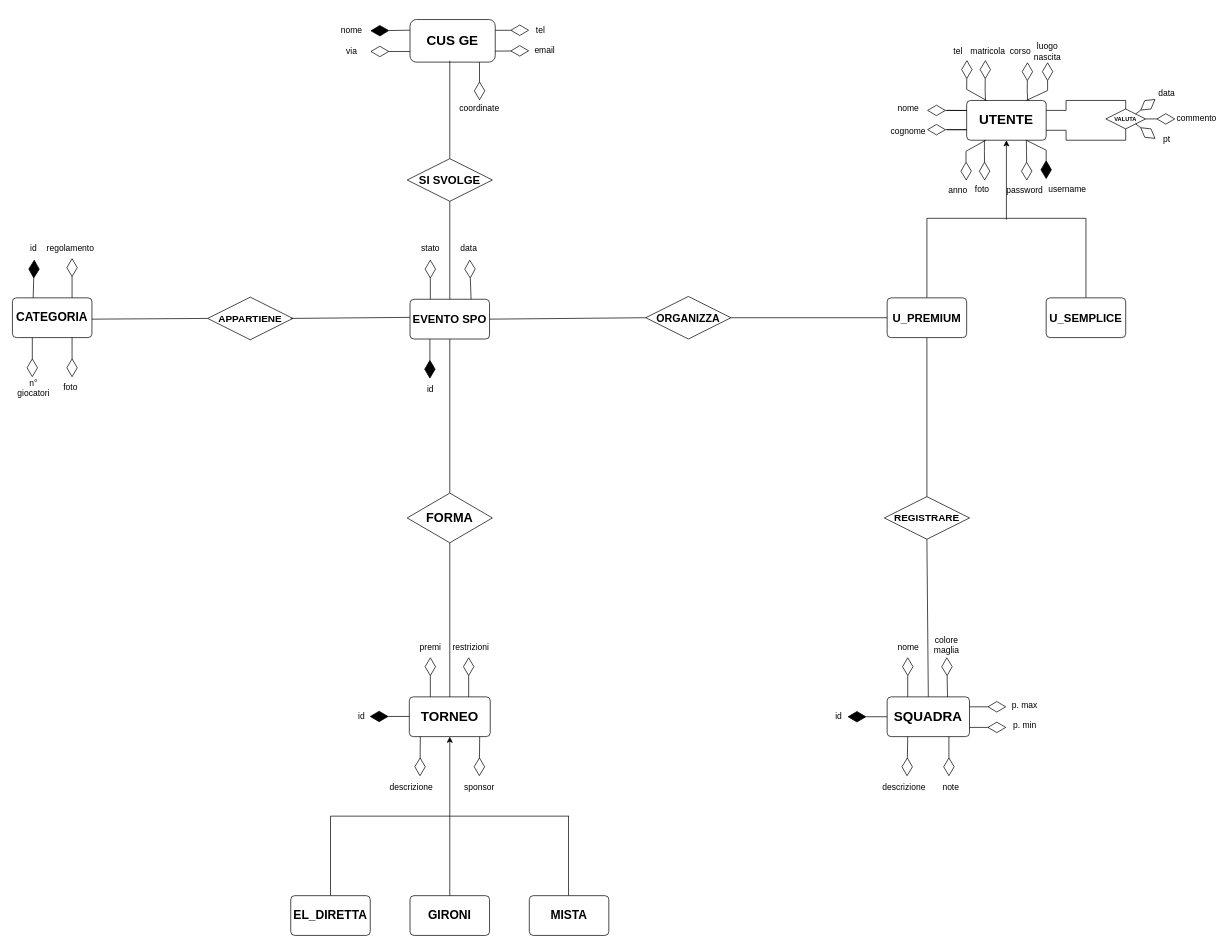
Earlier version of the draw.io diagram Project-EER.drawio (KintsuKayaba/UniGeSocialSport). Source tidied: cells renumbered, new cells numbered last; positions are measured from the earlier drawing's top-left corner, leaving out a move shared by most shapes. Both pictures are drawn from the tidied source at 71%, with x=0, y=0 at pixel (12, 19).
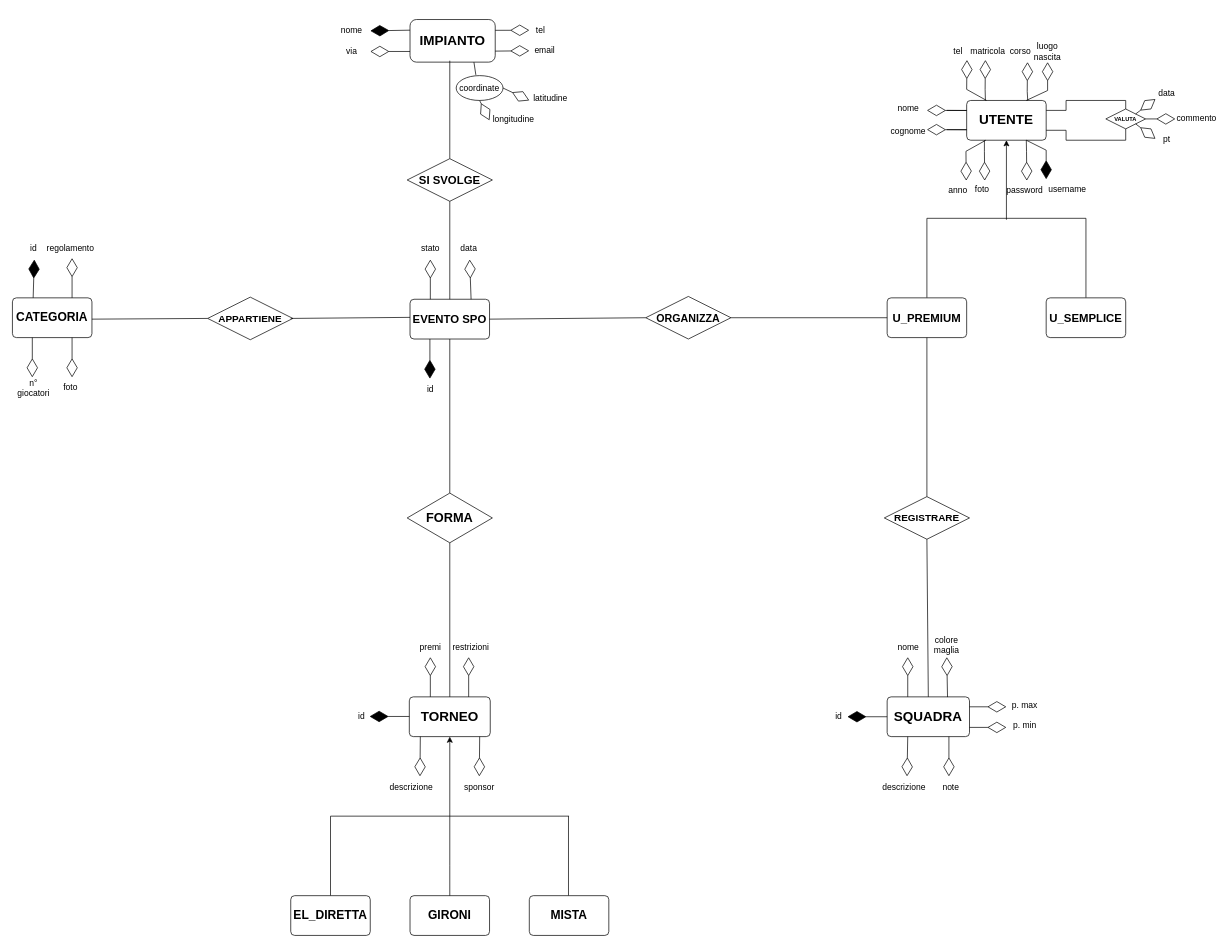
After the change.

Commit message:
Impianto + coordinate

Change to the diagram source:
```diff
@@
-    <mxCell id="36" value="&lt;b&gt;&lt;font style=&quot;font-size: 19px;&quot;&gt;CUS GE&lt;/font&gt;&lt;/b&gt;" style="rounded=1;whiteSpace=wrap;html=1;" parent="1" vertex="1">
+    <mxCell id="36" value="&lt;b&gt;&lt;font style=&quot;font-size: 19px;&quot;&gt;IMPIANTO&lt;/font&gt;&lt;/b&gt;" style="rounded=1;whiteSpace=wrap;html=1;" parent="1" vertex="1">
       <mxGeometry x="560" width="120" height="60" as="geometry" />
     </mxCell>
@@
-    <mxCell id="48" style="endArrow=diamondThin;endFill=0;endSize=24;html=1;rounded=0;" parent="1" edge="1">
-      <mxGeometry relative="1" as="geometry">
-        <mxPoint x="657.8" y="60" as="sourcePoint" />
-        <mxPoint x="658" y="114" as="targetPoint" />
-      </mxGeometry>
-    </mxCell>
-    <mxCell id="49" value="coordinate" style="text;html=1;align=center;verticalAlign=middle;whiteSpace=wrap;rounded=0;" parent="1" vertex="1">
-      <mxGeometry x="628" y="111" width="60" height="30" as="geometry" />
-    </mxCell>
@@
+    <mxCell id="49" value="coordinate" style="ellipse;whiteSpace=wrap;html=1;align=center;" parent="1" vertex="1">
+      <mxGeometry x="625" y="79" width="66" height="35" as="geometry" />
+    </mxCell>
+    <mxCell id="116" style="endArrow=none;html=1;rounded=0;entryX=0.75;entryY=1;entryDx=0;entryDy=0;exitX=0.42;exitY=-0.029;exitDx=0;exitDy=0;exitPerimeter=0;" parent="1" edge="1" source="49" target="36">
+      <mxGeometry relative="1" as="geometry" />
+    </mxCell>
+    <mxCell id="117" style="endArrow=diamondThin;endFill=0;endSize=24;html=1;rounded=0;exitX=1;exitY=0.5;exitDx=0;exitDy=0;" parent="1" edge="1" source="49">
+      <mxGeometry relative="1" as="geometry">
+        <mxPoint x="728" y="114" as="targetPoint" />
+      </mxGeometry>
+    </mxCell>
+    <mxCell id="118" style="endArrow=diamondThin;endFill=0;endSize=24;html=1;rounded=0;exitX=0.5;exitY=1;exitDx=0;exitDy=0;" parent="1" edge="1" source="49">
+      <mxGeometry relative="1" as="geometry">
+        <mxPoint x="672" y="142" as="targetPoint" />
+      </mxGeometry>
+    </mxCell>
+    <mxCell id="119" value="latitudine" style="text;html=1;align=center;verticalAlign=middle;whiteSpace=wrap;rounded=0;" parent="1" vertex="1">
+      <mxGeometry x="728" y="96" width="60" height="30" as="geometry" />
+    </mxCell>
+    <mxCell id="120" value="longitudine" style="text;html=1;align=center;verticalAlign=middle;whiteSpace=wrap;rounded=0;" parent="1" vertex="1">
+      <mxGeometry x="676" y="126" width="60" height="30" as="geometry" />
+    </mxCell>
```
